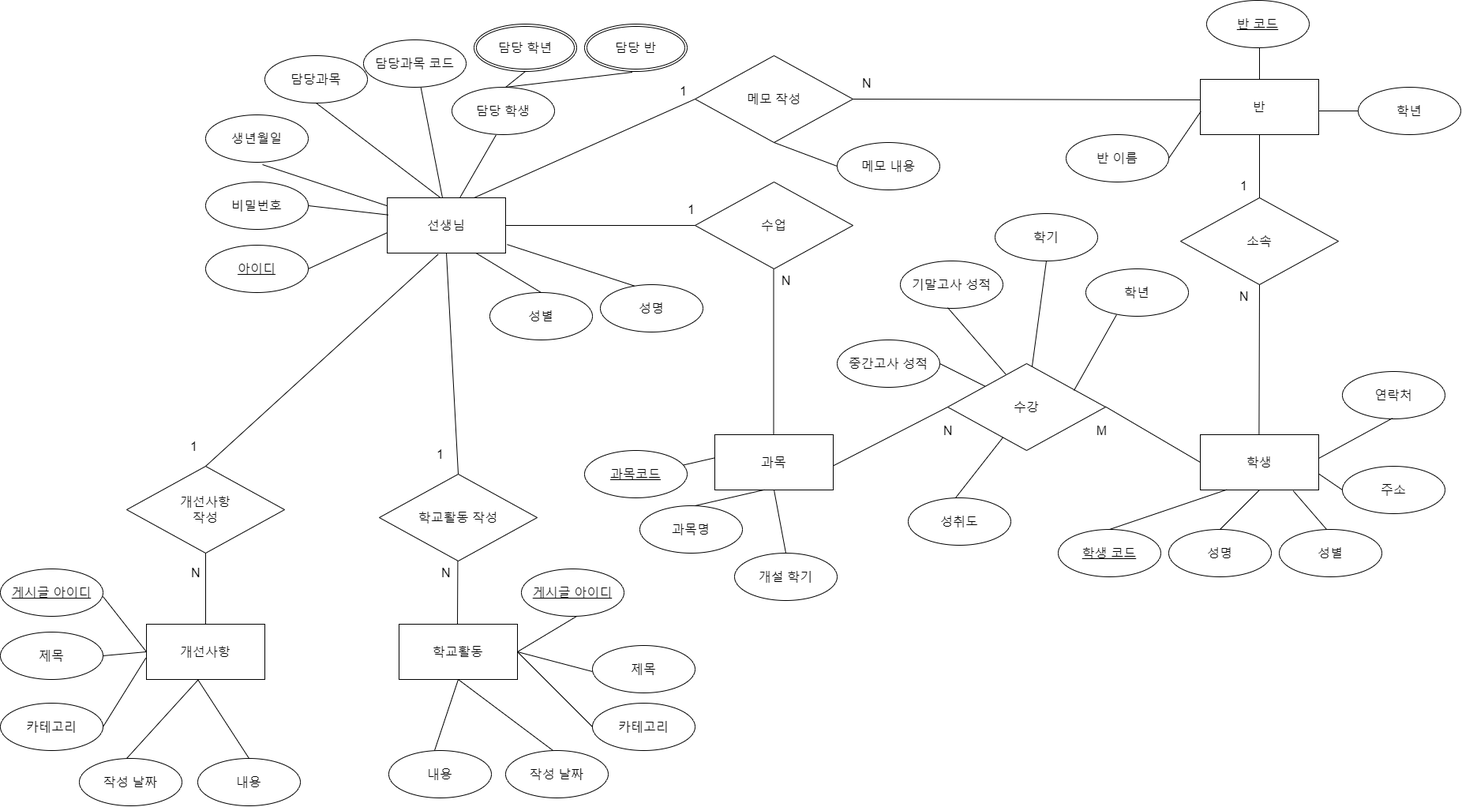
rlarkdals1202/Database-Term-Project keeps this draw.io diagram as Document/ER Diagram/ER Diagram.png. Above is the earlier version. Source tidied: cells renumbered, new cells last; positions are measured from the earlier drawing's top-left corner, leaving out a move shared by most shapes.
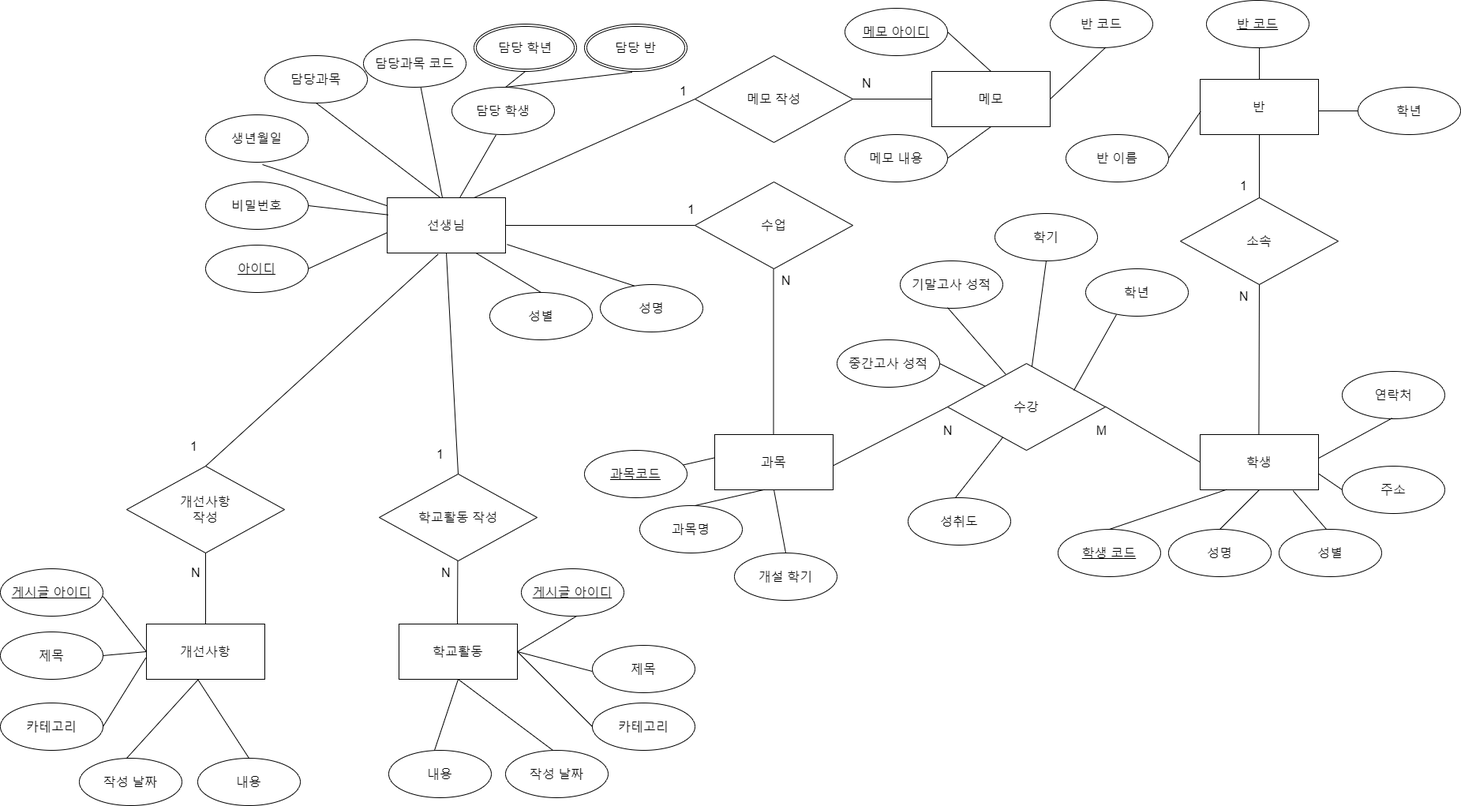
The same diagram one commit later.

Commit message:
Database Systems Term Project 주제에 대한 ER Diagram (4차 개정)

Change to the diagram source:
```diff
@@ -297,9 +297,6 @@
         <mxPoint x="600" y="250" as="sourcePoint" />
       </mxGeometry>
     </mxCell>
-    <mxCell id="85" style="endArrow=none;html=1;rounded=0;exitX=1;exitY=0.5;exitDx=0;exitDy=0;entryX=0;entryY=0.371;entryDx=0;entryDy=0;entryPerimeter=0;" parent="1" edge="1" source="83" target="11">
-      <mxGeometry relative="1" as="geometry" />
-    </mxCell>
     <mxCell id="86" style="endArrow=none;html=1;rounded=0;entryX=0;entryY=0.5;entryDx=0;entryDy=0;" parent="1" edge="1" target="67">
       <mxGeometry relative="1" as="geometry">
         <mxPoint x="130" y="755" as="sourcePoint" />
@@ -374,14 +371,6 @@
     <mxCell id="103" value="&amp;nbsp;N" style="text;html=1;align=center;verticalAlign=middle;strokeColor=none;fillColor=none;fontSize=16;" parent="1" vertex="1">
       <mxGeometry x="1075" y="90" width="40" height="30" as="geometry" />
     </mxCell>
-    <mxCell id="104" value="&lt;span style=&quot;font-size: 16px;&quot;&gt;메모 내용&lt;/span&gt;" style="ellipse;whiteSpace=wrap;html=1;align=center;" parent="1" vertex="1">
-      <mxGeometry x="1060" y="180" width="130" height="60" as="geometry" />
-    </mxCell>
-    <mxCell id="105" style="endArrow=none;html=1;rounded=0;entryX=0;entryY=0.5;entryDx=0;entryDy=0;" parent="1" edge="1" target="104">
-      <mxGeometry relative="1" as="geometry">
-        <mxPoint x="980" y="180" as="sourcePoint" />
-      </mxGeometry>
-    </mxCell>
     <mxCell id="106" style="endArrow=none;html=1;rounded=0;entryX=0.429;entryY=1.012;entryDx=0;entryDy=0;entryPerimeter=0;" parent="1" edge="1" target="108">
       <mxGeometry relative="1" as="geometry">
         <mxPoint x="582" y="250" as="sourcePoint" />
@@ -406,5 +395,37 @@
         <mxPoint x="640" y="110" as="sourcePoint" />
       </mxGeometry>
     </mxCell>
+    <mxCell id="112" value="&lt;span style=&quot;font-size: 16px;&quot;&gt;메모&lt;/span&gt;" style="whiteSpace=wrap;html=1;align=center;" parent="1" vertex="1">
+      <mxGeometry x="1180" y="90" width="150" height="70" as="geometry" />
+    </mxCell>
+    <mxCell id="113" style="endArrow=none;html=1;rounded=0;entryX=0;entryY=0.5;entryDx=0;entryDy=0;" parent="1" edge="1" target="112">
+      <mxGeometry relative="1" as="geometry">
+        <mxPoint x="1080" y="125" as="sourcePoint" />
+      </mxGeometry>
+    </mxCell>
+    <mxCell id="104" value="&lt;span style=&quot;font-size: 16px;&quot;&gt;메모 내용&lt;/span&gt;" style="ellipse;whiteSpace=wrap;html=1;align=center;" parent="1" vertex="1">
+      <mxGeometry x="1070" y="170" width="130" height="60" as="geometry" />
+    </mxCell>
+    <mxCell id="114" style="endArrow=none;html=1;rounded=0;entryX=0.5;entryY=1;entryDx=0;entryDy=0;" parent="1" edge="1" target="112">
+      <mxGeometry relative="1" as="geometry">
+        <mxPoint x="1200" y="200" as="sourcePoint" />
+      </mxGeometry>
+    </mxCell>
+    <mxCell id="115" style="endArrow=none;html=1;rounded=0;entryX=0.5;entryY=0;entryDx=0;entryDy=0;" parent="1" edge="1" target="112">
+      <mxGeometry relative="1" as="geometry">
+        <mxPoint x="1200" y="40" as="sourcePoint" />
+      </mxGeometry>
+    </mxCell>
+    <mxCell id="116" value="메모 아이디" style="ellipse;whiteSpace=wrap;html=1;align=center;fontStyle=4;fontSize=16;" parent="1" vertex="1">
+      <mxGeometry x="1070" y="10" width="130" height="60" as="geometry" />
+    </mxCell>
+    <mxCell id="117" value="&lt;span style=&quot;font-size: 16px;&quot;&gt;반 코드&lt;/span&gt;" style="ellipse;whiteSpace=wrap;html=1;align=center;" parent="1" vertex="1">
+      <mxGeometry x="1330" width="130" height="60" as="geometry" />
+    </mxCell>
+    <mxCell id="118" style="endArrow=none;html=1;rounded=0;entryX=0.54;entryY=0.995;entryDx=0;entryDy=0;entryPerimeter=0;" parent="1" edge="1" target="117">
+      <mxGeometry relative="1" as="geometry">
+        <mxPoint x="1330" y="125" as="sourcePoint" />
+      </mxGeometry>
+    </mxCell>
   </root>
 </mxGraphModel>
```
